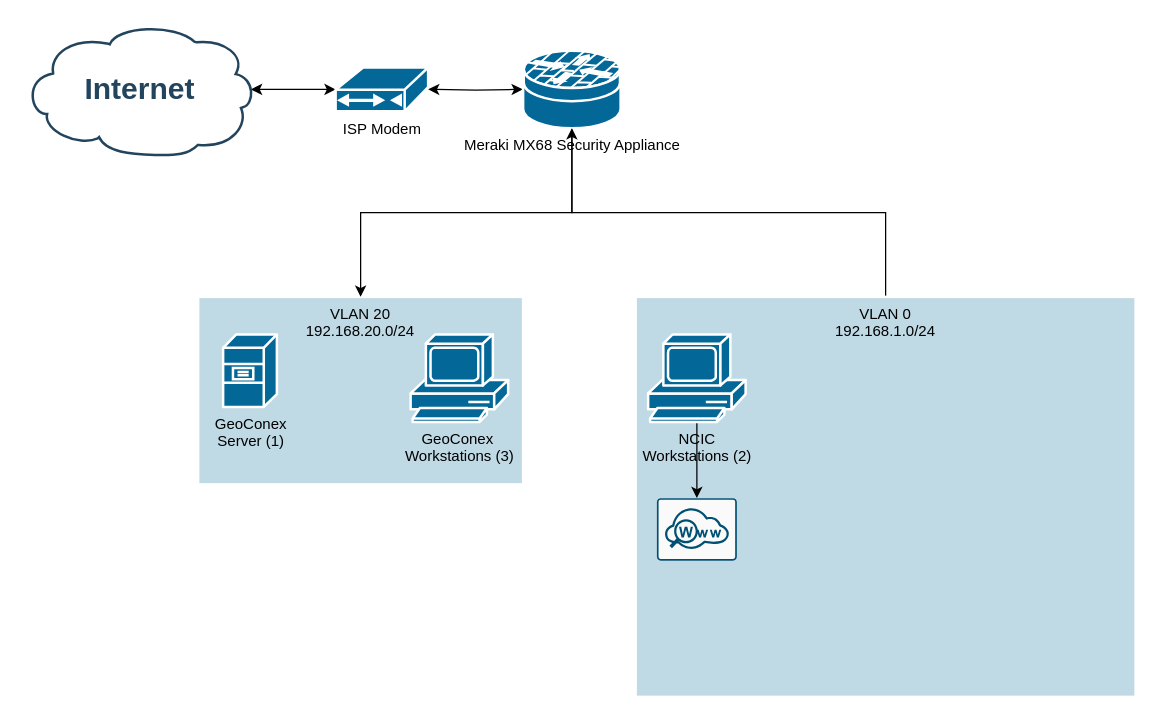
Earlier version of the draw.io diagram ECDP.drawio (ErickRoy/Network). Source tidied: cells renumbered, new cells numbered last; positions are measured from the earlier drawing's top-left corner, leaving out a move shared by most shapes. Both pictures are drawn from the tidied source at 125%, with x=0, y=0 at pixel (22, 22).
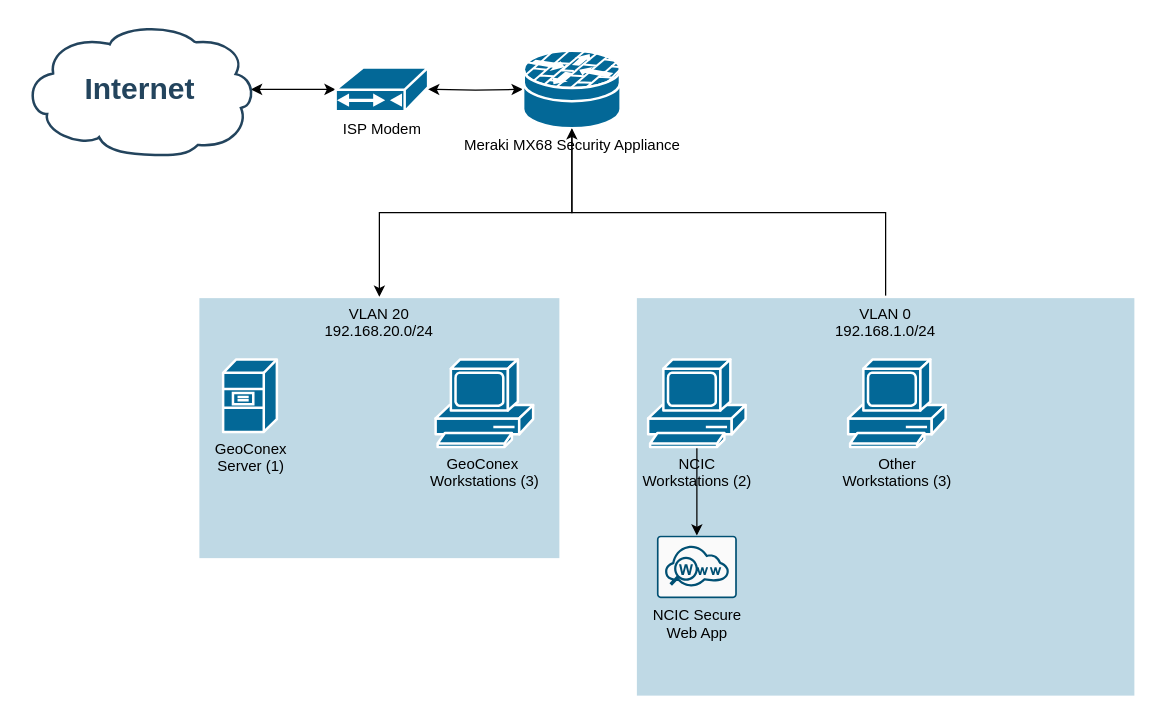
The same diagram, later.

Diff of the diagram source:
```diff
@@
 <mxGraphModel>
   <root>
     <mxCell id="0" />
     <mxCell id="1" parent="0" />
     <mxCell id="2" value="VLAN 20&lt;br&gt;192.168.20.0/24" style="whiteSpace=wrap;html=1;verticalAlign=top;fillColor=#036897;strokeColor=#ffffff;sketch=0;dashed=0;strokeWidth=2;fillOpacity=25;" parent="1" vertex="1">
-      <mxGeometry x="140" y="219" width="260" height="150" as="geometry" />
+      <mxGeometry x="140" y="219" width="290" height="210" as="geometry" />
     </mxCell>
     <mxCell id="3" style="edgeStyle=orthogonalEdgeStyle;rounded=0;jettySize=auto;html=1;exitX=0.98;exitY=0.5;exitDx=0;exitDy=0;exitPerimeter=0;entryX=0;entryY=0.5;entryDx=0;entryDy=0;entryPerimeter=0;startArrow=classic;startFill=1;" parent="1" edge="1" source="4" target="5">
       <mxGeometry relative="1" as="geometry" />
     </mxCell>
     <mxCell id="4" value="Internet" style="shape=mxgraph.cisco.storage.cloud;html=1;dashed=0;strokeColor=#23445D;fillColor=#ffffff;strokeWidth=2;fontFamily=Helvetica;fontSize=24;fontColor=#23445D;align=center;fontStyle=1;" parent="1" vertex="1">
       <mxGeometry width="186" height="106" as="geometry" />
     </mxCell>
     <mxCell id="5" value="ISP Modem" style="shape=mxgraph.cisco.modems_and_phones.cable_modem;sketch=0;html=1;dashed=0;fillColor=#036897;strokeColor=#ffffff;strokeWidth=2;verticalLabelPosition=bottom;verticalAlign=top;align=center;outlineConnect=0;" parent="1" vertex="1">
       <mxGeometry x="250" y="35.5" width="74" height="35" as="geometry" />
     </mxCell>
     <mxCell id="6" style="edgeStyle=orthogonalEdgeStyle;rounded=0;jettySize=auto;html=1;startArrow=classic;startFill=1;" parent="1" edge="1" target="5">
       <mxGeometry relative="1" as="geometry">
         <mxPoint x="399.7" y="53" as="sourcePoint" />
       </mxGeometry>
     </mxCell>
     <mxCell id="7" value="GeoConex&amp;nbsp;&lt;br&gt;Workstations (3)" style="shape=mxgraph.cisco.computers_and_peripherals.pc;sketch=0;html=1;dashed=0;fillColor=#036897;strokeColor=#ffffff;strokeWidth=2;verticalLabelPosition=bottom;verticalAlign=top;align=center;" parent="1" vertex="1">
-      <mxGeometry x="310" y="249" width="78" height="70" as="geometry" />
+      <mxGeometry x="330" y="269" width="78" height="70" as="geometry" />
     </mxCell>
     <mxCell id="8" value="GeoConex &lt;br&gt;Server (1)" style="shape=mxgraph.cisco.servers.file_server;sketch=0;html=1;dashed=0;fillColor=#036897;strokeColor=#ffffff;strokeWidth=2;verticalLabelPosition=bottom;verticalAlign=top;align=center;" parent="1" vertex="1">
-      <mxGeometry x="160" y="249" width="43" height="58" as="geometry" />
+      <mxGeometry x="160" y="269" width="43" height="58" as="geometry" />
     </mxCell>
     <mxCell id="9" style="edgeStyle=orthogonalEdgeStyle;rounded=0;jettySize=auto;html=1;" parent="1" edge="1" source="10" target="2">
       <mxGeometry relative="1" as="geometry" />
     </mxCell>
     <mxCell id="10" value="Meraki MX68 Security Appliance" style="shape=mxgraph.cisco.security.router_firewall;sketch=0;html=1;dashed=0;fillColor=#036897;strokeColor=#ffffff;strokeWidth=2;verticalLabelPosition=bottom;verticalAlign=top;align=center;outlineConnect=0;" parent="1" vertex="1">
       <mxGeometry x="400" y="22" width="78" height="62" as="geometry" />
     </mxCell>
     <mxCell id="11" style="edgeStyle=orthogonalEdgeStyle;rounded=0;jettySize=auto;html=1;exitX=0.5;exitY=0;exitDx=0;exitDy=0;entryX=0.5;entryY=1;entryDx=0;entryDy=0;entryPerimeter=0;" parent="1" edge="1" source="12" target="10">
       <mxGeometry relative="1" as="geometry" />
     </mxCell>
     <mxCell id="12" value="VLAN 0&lt;br&gt;192.168.1.0/24" style="whiteSpace=wrap;html=1;verticalAlign=top;fillColor=#036897;strokeColor=#ffffff;sketch=0;dashed=0;strokeWidth=2;fillOpacity=25;" parent="1" vertex="1">
       <mxGeometry x="490" y="219" width="400" height="320" as="geometry" />
     </mxCell>
     <mxCell id="13" style="edgeStyle=orthogonalEdgeStyle;rounded=0;jettySize=auto;html=1;exitX=0.5;exitY=1;exitDx=0;exitDy=0;exitPerimeter=0;entryX=0.5;entryY=0;entryDx=0;entryDy=0;entryPerimeter=0;" parent="1" edge="1" source="14" target="15">
       <mxGeometry relative="1" as="geometry" />
     </mxCell>
     <mxCell id="14" value="NCIC &lt;br&gt;Workstations (2)" style="shape=mxgraph.cisco.computers_and_peripherals.pc;sketch=0;html=1;dashed=0;fillColor=#036897;strokeColor=#ffffff;strokeWidth=2;verticalLabelPosition=bottom;verticalAlign=top;align=center;outlineConnect=0;" parent="1" vertex="1">
-      <mxGeometry x="500" y="249" width="78" height="70" as="geometry" />
+      <mxGeometry x="500" y="269" width="78" height="70" as="geometry" />
     </mxCell>
-    <mxCell id="15" style="sketch=0;points=[[0.015,0.015,0],[0.985,0.015,0],[0.985,0.985,0],[0.015,0.985,0],[0.25,0,0],[0.5,0,0],[0.75,0,0],[1,0.25,0],[1,0.5,0],[1,0.75,0],[0.75,1,0],[0.5,1,0],[0.25,1,0],[0,0.75,0],[0,0.5,0],[0,0.25,0]];verticalLabelPosition=bottom;html=1;verticalAlign=top;align=center;shape=mxgraph.cisco19.rect;prIcon=web_security;fillColor=#FAFAFA;strokeColor=#005073;" parent="1" vertex="1">
-      <mxGeometry x="507" y="380" width="64" height="50" as="geometry" />
+    <mxCell id="15" value="NCIC Secure &lt;br&gt;Web App" style="sketch=0;points=[[0.015,0.015,0],[0.985,0.015,0],[0.985,0.985,0],[0.015,0.985,0],[0.25,0,0],[0.5,0,0],[0.75,0,0],[1,0.25,0],[1,0.5,0],[1,0.75,0],[0.75,1,0],[0.5,1,0],[0.25,1,0],[0,0.75,0],[0,0.5,0],[0,0.25,0]];verticalLabelPosition=bottom;html=1;verticalAlign=top;align=center;shape=mxgraph.cisco19.rect;prIcon=web_security;fillColor=#FAFAFA;strokeColor=#005073;" parent="1" vertex="1">
+      <mxGeometry x="507" y="410" width="64" height="50" as="geometry" />
     </mxCell>
+    <mxCell id="16" value="Other&lt;br&gt;Workstations (3)" style="shape=mxgraph.cisco.computers_and_peripherals.pc;sketch=0;html=1;dashed=0;fillColor=#036897;strokeColor=#ffffff;strokeWidth=2;verticalLabelPosition=bottom;verticalAlign=top;align=center;" parent="1" vertex="1">
+      <mxGeometry x="660" y="269" width="78" height="70" as="geometry" />
+    </mxCell>
   </root>
 </mxGraphModel>
```
